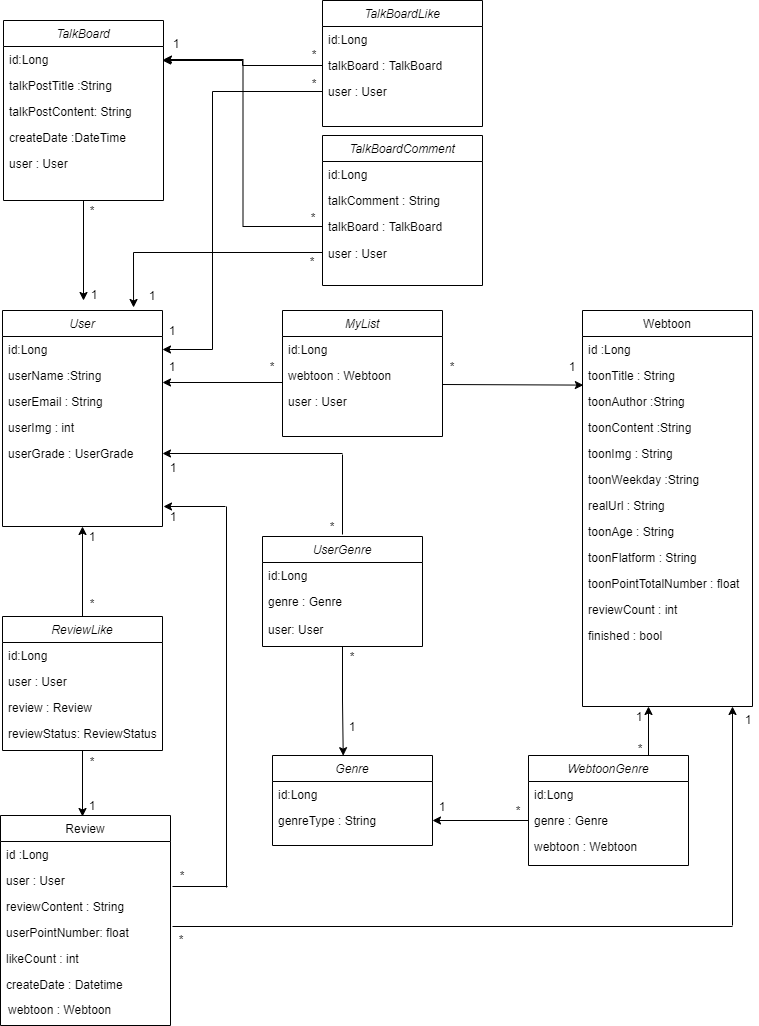
yeonnwoo/Webtooni_server keeps this draw.io diagram as webtooniverse Diagram.png. Above is the earlier version. Source tidied: cells renumbered, new cells last; positions are measured from the earlier drawing's top-left corner, leaving out a move shared by most shapes.
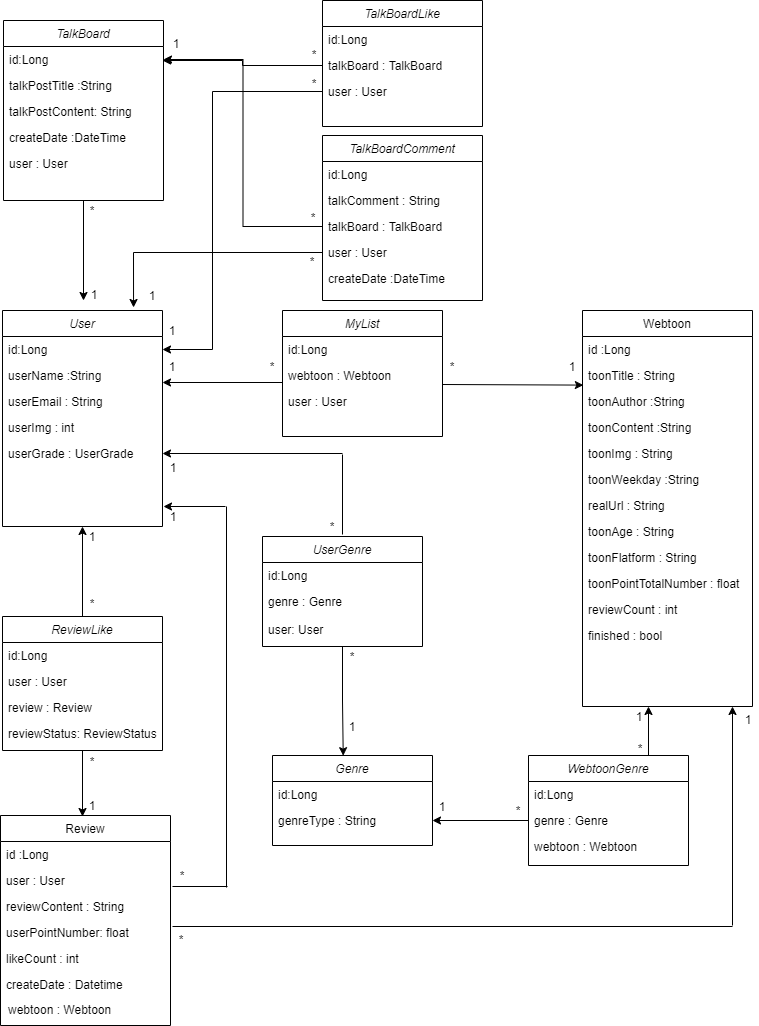
After the change.

The edit, as a diff of the source:
```diff
@@ -310,7 +310,7 @@
       <mxGeometry y="130" width="160" height="26" as="geometry" />
     </mxCell>
     <mxCell id="94" value="TalkBoardComment" style="swimlane;fontStyle=2;align=center;verticalAlign=top;horizontal=1;startSize=26;rounded=0;shadow=0;strokeWidth=1;" parent="1" vertex="1">
-      <mxGeometry x="322" y="135" width="160" height="150" as="geometry" />
+      <mxGeometry x="322" y="135" width="160" height="165" as="geometry" />
     </mxCell>
     <mxCell id="95" value="id:Long" style="text;align=left;verticalAlign=top;spacingLeft=4;spacingRight=4;overflow=hidden;" parent="94" vertex="1">
       <mxGeometry y="26" width="160" height="26" as="geometry" />
@@ -321,6 +321,12 @@
     <mxCell id="97" value="talkBoard : TalkBoard" style="text;align=left;verticalAlign=top;spacingLeft=4;spacingRight=4;overflow=hidden;points=[[0,0.5],[1,0.5]];portConstraint=eastwest;rounded=0;shadow=0;html=0;" parent="94" vertex="1">
       <mxGeometry y="78" width="160" height="26" as="geometry" />
     </mxCell>
+    <mxCell id="103" value="user : User" style="text;align=left;verticalAlign=top;spacingLeft=4;spacingRight=4;overflow=hidden;rounded=0;shadow=0;html=0;" parent="94" vertex="1">
+      <mxGeometry y="104" width="160" height="26" as="geometry" />
+    </mxCell>
+    <mxCell id="112" value="createDate :DateTime" style="text;align=left;verticalAlign=top;spacingLeft=4;spacingRight=4;overflow=hidden;rounded=0;shadow=0;html=0;" parent="94" vertex="1">
+      <mxGeometry y="130" width="160" height="26" as="geometry" />
+    </mxCell>
     <mxCell id="98" value="1" style="text;html=1;strokeColor=none;fillColor=none;align=center;verticalAlign=middle;whiteSpace=wrap;rounded=0;" parent="1" vertex="1">
       <mxGeometry x="84" y="284" width="20" height="20" as="geometry" />
     </mxCell>
@@ -338,9 +344,6 @@
     <mxCell id="102" value="*" style="text;html=1;strokeColor=none;fillColor=none;align=center;verticalAlign=middle;whiteSpace=wrap;rounded=0;" parent="1" vertex="1">
       <mxGeometry x="302" y="251" width="20" height="20" as="geometry" />
     </mxCell>
-    <mxCell id="103" value="user : User" style="text;align=left;verticalAlign=top;spacingLeft=4;spacingRight=4;overflow=hidden;rounded=0;shadow=0;html=0;" parent="1" vertex="1">
-      <mxGeometry x="322" y="240" width="160" height="26" as="geometry" />
-    </mxCell>
     <mxCell id="104" style="edgeStyle=orthogonalEdgeStyle;rounded=0;jettySize=auto;html=1;exitX=0;exitY=0.5;exitDx=0;exitDy=0;entryX=1;entryY=0.5;entryDx=0;entryDy=0;" parent="1" edge="1" source="97" target="89">
       <mxGeometry relative="1" as="geometry" />
     </mxCell>
```
